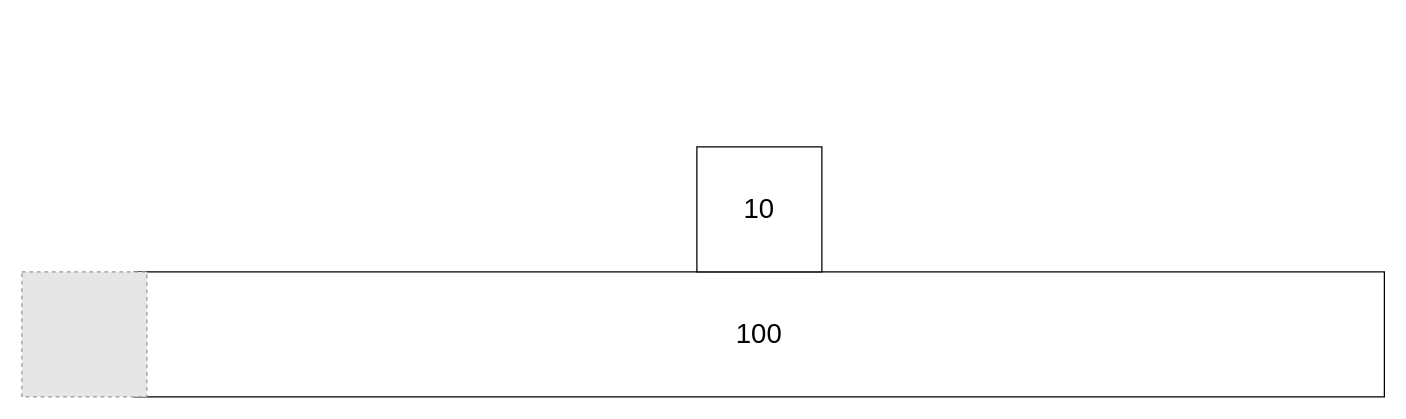
This is Trophic Levels.drawio from CyberTheToaster/draw.io-saves, a draw.io file, before an edit. Source tidied: cells renumbered, new cells numbered last; positions are measured from the earlier drawing's top-left corner, leaving out a move shared by most shapes. Both pictures are drawn from the tidied source at 125%, with x=0, y=0 at pixel (21, 146). Pictures stored in the file or linked from it are replaced by grey dashed boxes.
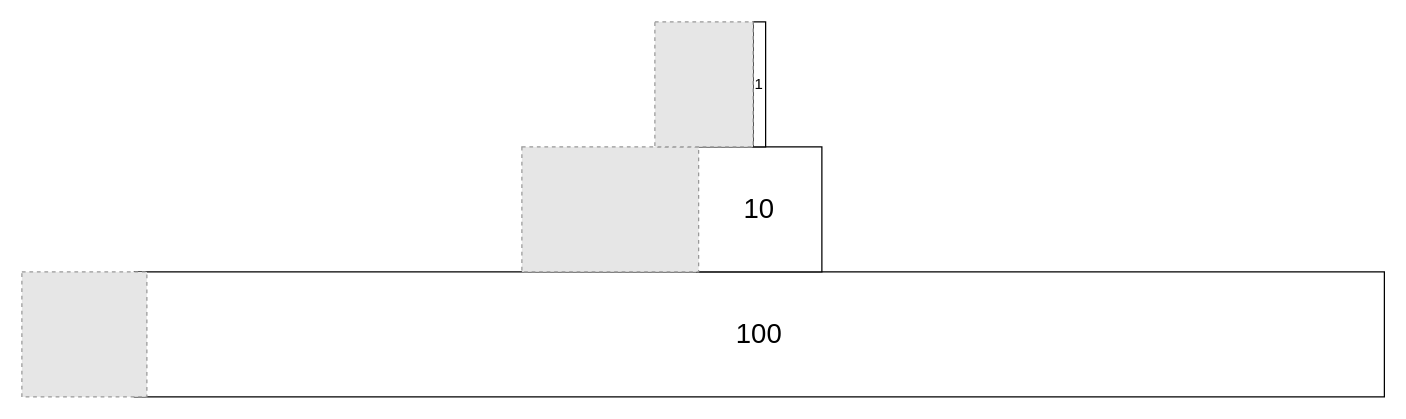
After the change.

The edit, as a diff of the source:
```diff
@@
 <mxGraphModel>
   <root>
     <mxCell id="0" />
     <mxCell id="1" parent="0" />
     <mxCell id="2" value="&lt;font style=&quot;font-size: 22px;&quot;&gt;100&lt;/font&gt;" style="rounded=0;whiteSpace=wrap;html=1;" parent="1" vertex="1">
       <mxGeometry x="90" y="100" width="1000" height="100" as="geometry" />
     </mxCell>
     <mxCell id="3" style="fillColor=#E6E6E6;strokeColor=#999999;dashed=1;verticalLabelPosition=bottom;labelBackgroundColor=default;verticalAlign=top;" parent="1" vertex="1">
       <mxGeometry y="100" width="100" height="100" as="geometry" />
     </mxCell>
     <mxCell id="4" value="&lt;font style=&quot;font-size: 22px;&quot;&gt;10&lt;/font&gt;" style="rounded=0;whiteSpace=wrap;html=1;" parent="1" vertex="1">
       <mxGeometry x="540" width="100" height="100" as="geometry" />
     </mxCell>
+    <mxCell id="5" style="fillColor=#E6E6E6;strokeColor=#999999;dashed=1;verticalLabelPosition=bottom;labelBackgroundColor=default;verticalAlign=top;" parent="1" vertex="1">
+      <mxGeometry x="400" width="141.4" height="100" as="geometry" />
+    </mxCell>
+    <mxCell id="6" value="1" style="rounded=0;whiteSpace=wrap;html=1;" parent="1" vertex="1">
+      <mxGeometry x="585" y="-100" width="10" height="100" as="geometry" />
+    </mxCell>
+    <mxCell id="7" style="fillColor=#E6E6E6;strokeColor=#999999;dashed=1;verticalLabelPosition=bottom;labelBackgroundColor=default;verticalAlign=top;" parent="1" vertex="1">
+      <mxGeometry x="506.4" y="-100" width="78.6" height="100" as="geometry" />
+    </mxCell>
   </root>
 </mxGraphModel>
```
